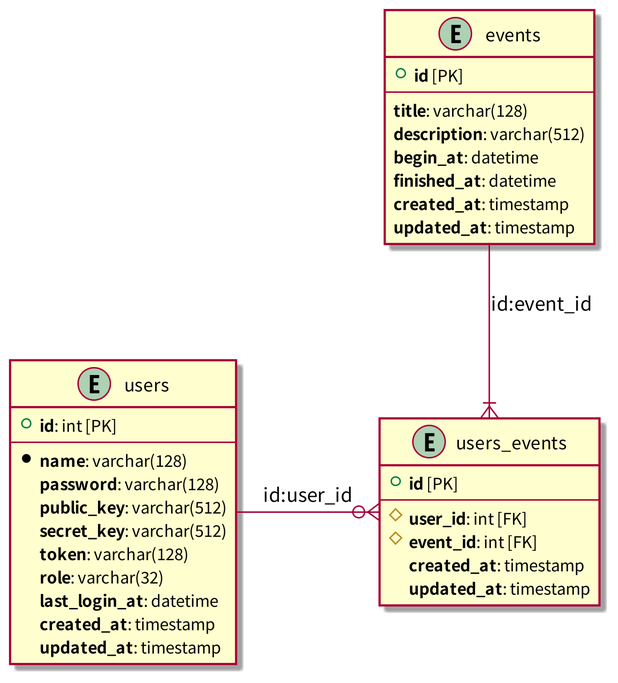
Before: docs/plantuml/out/er/er.png, a diagram exported from PlantUML (ITK13201/TodoManagerProject).
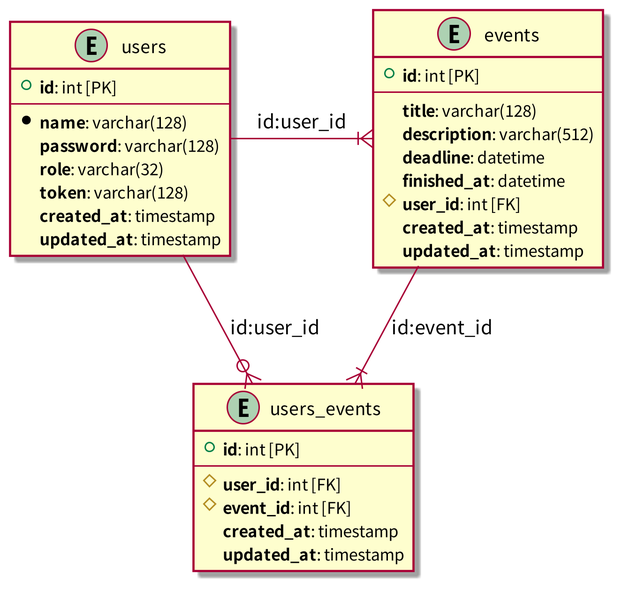
Later version of the same file.

What changed in the source:
```diff
@@ -7,28 +7,26 @@
     --
     * **name**: varchar(128)
     **password**: varchar(128)
-    **public_key**: varchar(512)
-    **secret_key**: varchar(512)
+    **role**: varchar(32)
     **token**: varchar(128)
-    **role**: varchar(32)
-    **last_login_at**: datetime
     **created_at**: timestamp
     **updated_at**: timestamp
 }
 
 entity "events" as events {
-    + **id** [PK]
+    + **id**: int [PK]
     --
     **title**: varchar(128)
     **description**: varchar(512)
-    **begin_at**: datetime
+    **deadline**: datetime
     **finished_at**: datetime
+    # **user_id**: int [FK]
     **created_at**: timestamp
     **updated_at**: timestamp
 }
 
 entity "users_events" as users_events {
-    + **id** [PK]
+    + **id**: int [PK]
     --
     # **user_id**: int [FK]
     # **event_id**: int [FK]
@@ -36,6 +34,7 @@
     **updated_at**: timestamp
 }
 
+users -|{ events: id:user_id
 users -ri-o{ users_events: id:user_id
 events -do-|{ users_events: id:event_id
 
```
